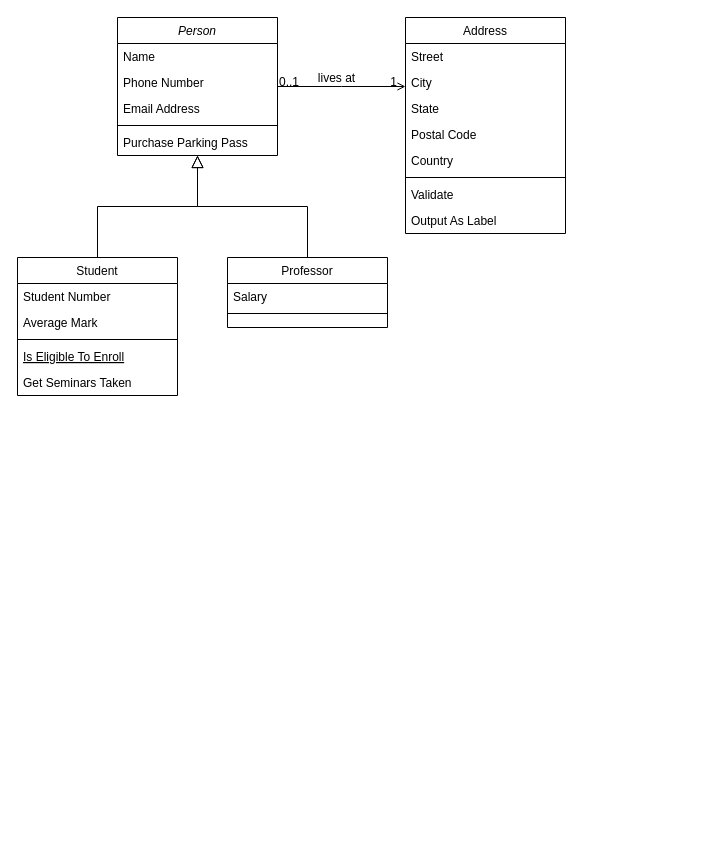
The draw.io diagram page "SAT Class Diagram" (1 of 2) of documentation/UML diagrams.drawio in kthfspe/SAT, before the edit. Source tidied: cells renumbered, new cells numbered last; positions are measured from the earlier drawing's top-left corner, leaving out a move shared by most shapes. Both pictures are drawn from the tidied source at 100%, with x=0, y=0 at pixel (17, 17).
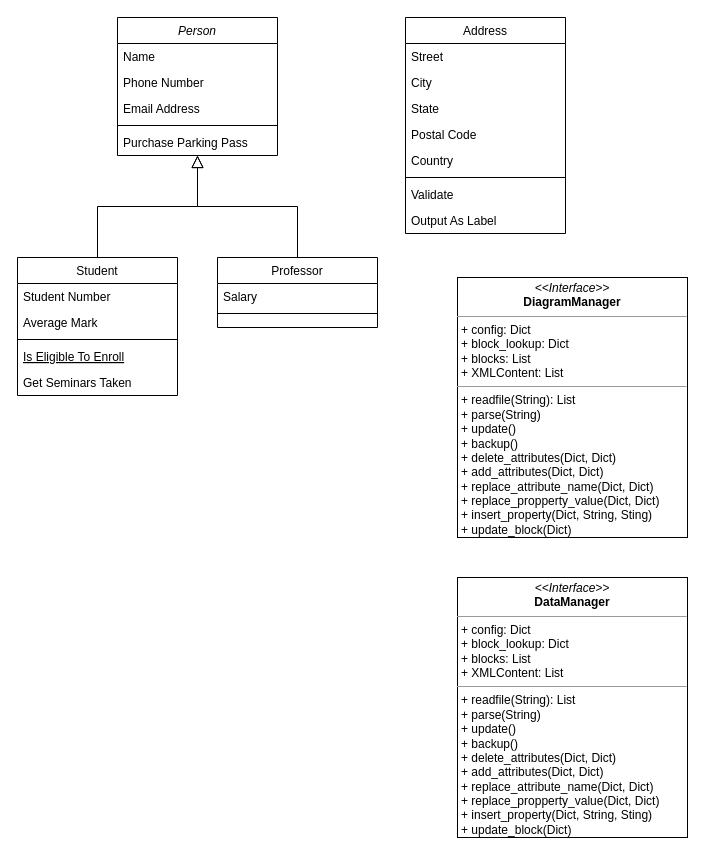
Above is the later version.

Unchanged cells that the change refers to:
```xml
<mxCell id="2" value="Person" style="swimlane;fontStyle=2;align=center;verticalAlign=top;horizontal=1;startSize=26;rounded=0;shadow=0;strokeWidth=1;" parent="1" vertex="1">
  <mxGeometry x="100" width="160" height="138" as="geometry" />
</mxCell>
<mxCell id="19" value="Address" style="swimlane;fontStyle=0;align=center;verticalAlign=top;horizontal=1;startSize=26;rounded=0;shadow=0;strokeWidth=1;" parent="1" vertex="1">
  <mxGeometry x="388" width="160" height="216" as="geometry" />
</mxCell>
```

What changed in the source:
```diff
@@
     <mxCell id="15" value="Professor" style="swimlane;fontStyle=0;align=center;verticalAlign=top;horizontal=1;startSize=26;rounded=0;shadow=0;strokeWidth=1;" parent="1" vertex="1">
-      <mxGeometry x="210" y="240" width="160" height="70" as="geometry" />
+      <mxGeometry x="200" y="240" width="160" height="70" as="geometry" />
     </mxCell>
@@
-    <mxCell id="28" style="endArrow=open;shadow=0;strokeWidth=1;rounded=0;endFill=1;edgeStyle=elbowEdgeStyle;elbow=vertical;" parent="1" edge="1" source="2" target="19">
-      <mxGeometry x="0.5" y="41" relative="1" as="geometry">
-        <mxPoint x="-40" y="32" as="offset" />
-      </mxGeometry>
-    </mxCell>
-    <mxCell id="29" value="0..1" style="align=left;verticalAlign=bottom;labelBackgroundColor=none;fontSize=12;" parent="28" vertex="1">
-      <mxGeometry x="-1" relative="1" as="geometry">
-        <mxPoint y="4" as="offset" />
-      </mxGeometry>
-    </mxCell>
-    <mxCell id="30" value="1" style="align=right;verticalAlign=bottom;labelBackgroundColor=none;fontSize=12;" parent="28" vertex="1">
-      <mxGeometry x="1" relative="1" as="geometry">
-        <mxPoint x="-7" y="4" as="offset" />
-      </mxGeometry>
-    </mxCell>
-    <mxCell id="31" value="lives at" style="text;html=1;align=center;verticalAlign=middle;labelBackgroundColor=none;rounded=0;shadow=0;strokeWidth=1;fontSize=12;" parent="28" vertex="1">
-      <mxGeometry x="0.5" y="49" relative="1" as="geometry">
-        <mxPoint x="-38" y="40" as="offset" />
-      </mxGeometry>
-    </mxCell>
+    <mxCell id="32" value="&lt;p style=&quot;margin: 0px ; margin-top: 4px ; text-align: center&quot;&gt;&lt;i&gt;&amp;lt;&amp;lt;Interface&amp;gt;&amp;gt;&lt;/i&gt;&lt;br&gt;&lt;b&gt;DiagramManager&lt;/b&gt;&lt;/p&gt;&lt;hr size=&quot;1&quot;&gt;&lt;p style=&quot;margin: 0px ; margin-left: 4px&quot;&gt;+ config: Dict&lt;br&gt;+ block_lookup: Dict&lt;br&gt;+ blocks: List&lt;/p&gt;&lt;p style=&quot;margin: 0px ; margin-left: 4px&quot;&gt;+ XMLContent: List&lt;/p&gt;&lt;hr size=&quot;1&quot;&gt;&lt;p style=&quot;margin: 0px ; margin-left: 4px&quot;&gt;+ readfile(String): List&lt;br&gt;+ parse(String)&lt;/p&gt;&lt;p style=&quot;margin: 0px ; margin-left: 4px&quot;&gt;+ update()&lt;/p&gt;&lt;p style=&quot;margin: 0px ; margin-left: 4px&quot;&gt;+ backup()&lt;/p&gt;&lt;p style=&quot;margin: 0px ; margin-left: 4px&quot;&gt;+ delete_attributes(Dict, Dict)&lt;/p&gt;&lt;p style=&quot;margin: 0px 0px 0px 4px&quot;&gt;+ add_attributes(Dict, Dict)&lt;/p&gt;&lt;p style=&quot;margin: 0px 0px 0px 4px&quot;&gt;+ replace_attribute_name(Dict, Dict)&lt;/p&gt;&lt;p style=&quot;margin: 0px 0px 0px 4px&quot;&gt;+ replace_propperty_value(Dict, Dict)&lt;br&gt;&lt;/p&gt;&lt;p style=&quot;margin: 0px 0px 0px 4px&quot;&gt;+ insert_property(Dict, String, Sting)&lt;/p&gt;&lt;p style=&quot;margin: 0px 0px 0px 4px&quot;&gt;+ update_block(Dict)&lt;/p&gt;&lt;p style=&quot;margin: 0px 0px 0px 4px&quot;&gt;&lt;br&gt;&lt;/p&gt;" style="verticalAlign=top;align=left;overflow=fill;fontSize=12;fontFamily=Helvetica;html=1;" parent="1" vertex="1">
+      <mxGeometry x="440" y="260" width="230" height="260" as="geometry" />
+    </mxCell>
+    <mxCell id="33" value="&lt;p style=&quot;margin: 0px ; margin-top: 4px ; text-align: center&quot;&gt;&lt;i&gt;&amp;lt;&amp;lt;Interface&amp;gt;&amp;gt;&lt;/i&gt;&lt;br&gt;&lt;b&gt;DataManager&lt;/b&gt;&lt;/p&gt;&lt;hr size=&quot;1&quot;&gt;&lt;p style=&quot;margin: 0px ; margin-left: 4px&quot;&gt;+ config: Dict&lt;br&gt;+ block_lookup: Dict&lt;br&gt;+ blocks: List&lt;/p&gt;&lt;p style=&quot;margin: 0px ; margin-left: 4px&quot;&gt;+ XMLContent: List&lt;/p&gt;&lt;hr size=&quot;1&quot;&gt;&lt;p style=&quot;margin: 0px ; margin-left: 4px&quot;&gt;+ readfile(String): List&lt;br&gt;+ parse(String)&lt;/p&gt;&lt;p style=&quot;margin: 0px ; margin-left: 4px&quot;&gt;+ update()&lt;/p&gt;&lt;p style=&quot;margin: 0px ; margin-left: 4px&quot;&gt;+ backup()&lt;/p&gt;&lt;p style=&quot;margin: 0px ; margin-left: 4px&quot;&gt;+ delete_attributes(Dict, Dict)&lt;/p&gt;&lt;p style=&quot;margin: 0px 0px 0px 4px&quot;&gt;+ add_attributes(Dict, Dict)&lt;/p&gt;&lt;p style=&quot;margin: 0px 0px 0px 4px&quot;&gt;+ replace_attribute_name(Dict, Dict)&lt;/p&gt;&lt;p style=&quot;margin: 0px 0px 0px 4px&quot;&gt;+ replace_propperty_value(Dict, Dict)&lt;br&gt;&lt;/p&gt;&lt;p style=&quot;margin: 0px 0px 0px 4px&quot;&gt;+ insert_property(Dict, String, Sting)&lt;/p&gt;&lt;p style=&quot;margin: 0px 0px 0px 4px&quot;&gt;+ update_block(Dict)&lt;/p&gt;&lt;p style=&quot;margin: 0px 0px 0px 4px&quot;&gt;&lt;br&gt;&lt;/p&gt;" style="verticalAlign=top;align=left;overflow=fill;fontSize=12;fontFamily=Helvetica;html=1;" parent="1" vertex="1">
+      <mxGeometry x="440" y="560" width="230" height="260" as="geometry" />
+    </mxCell>
```
